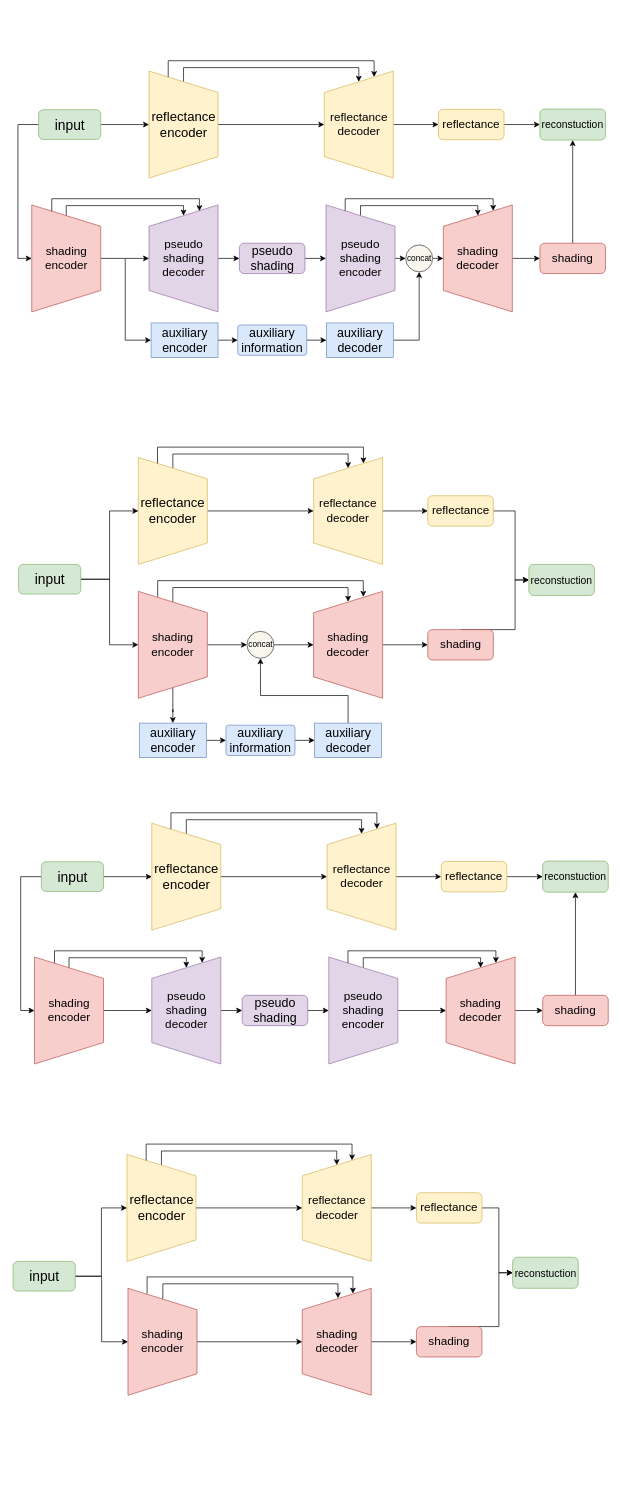
This is New_RIN.drawio from FangYang970206/draw.io, a draw.io file, before an edit. Source tidied: cells renumbered, new cells numbered last; positions are measured from the earlier drawing's top-left corner, leaving out a move shared by most shapes. Both pictures are drawn from the tidied source at 69%, with x=0, y=0 at pixel (12, 60).
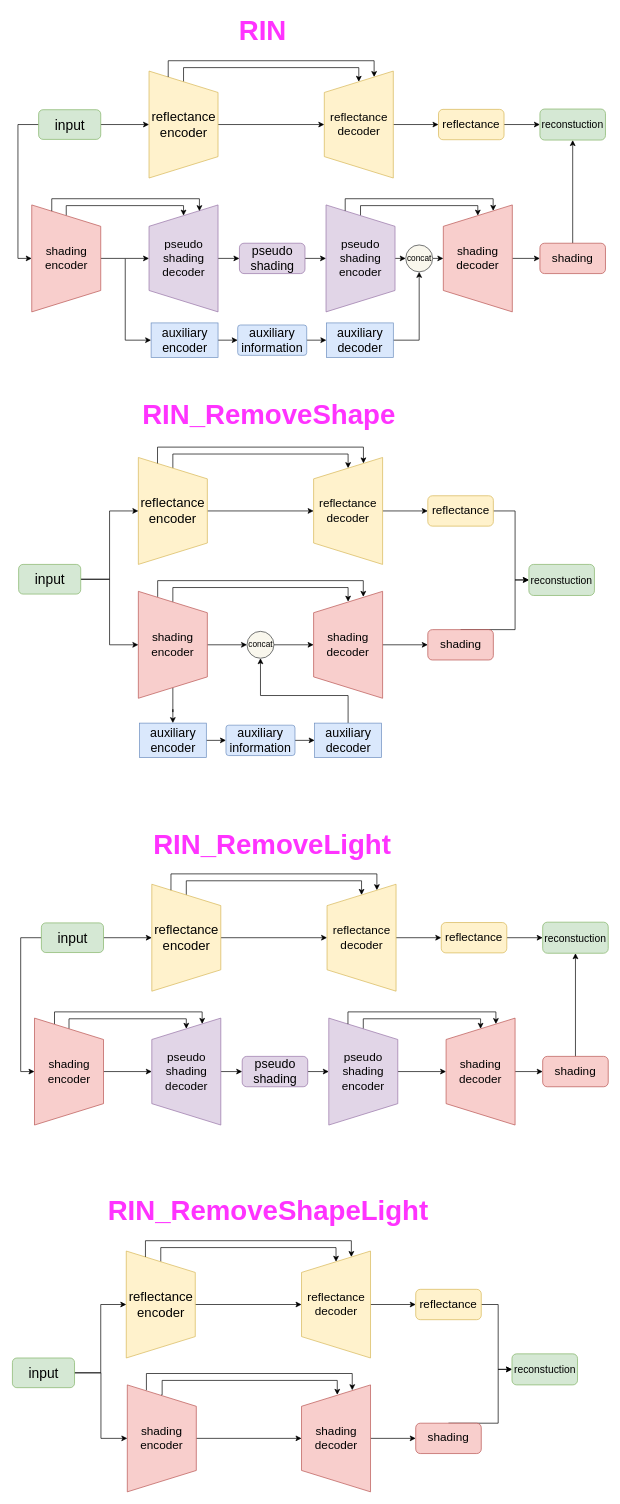
After the change.

Change to the diagram source:
```diff
@@
     <mxCell id="67" style="edgeStyle=orthogonalEdgeStyle;rounded=0;jettySize=auto;html=1;exitX=0;exitY=0.5;exitDx=0;exitDy=0;entryX=1;entryY=0.5;entryDx=0;entryDy=0;strokeColor=#000000;fontColor=#FF3399;" parent="1" edge="1" source="68" target="71">
       <mxGeometry relative="1" as="geometry">
         <Array as="points">
-          <mxPoint x="252" y="1100.5" />
-          <mxPoint x="506" y="1100.5" />
+          <mxPoint x="252" y="1189" />
+          <mxPoint x="506" y="1189" />
         </Array>
       </mxGeometry>
     </mxCell>
     <mxCell id="68" value="&lt;font style=&quot;font-size: 19px&quot;&gt;reflectance&lt;br&gt;encoder&lt;/font&gt;" style="shape=trapezoid;perimeter=trapezoidPerimeter;whiteSpace=wrap;html=1;rotation=0;direction=south;fillColor=#fff2cc;strokeColor=#d6b656;" parent="1" vertex="1">
-      <mxGeometry x="201.5" y="1105.5" width="100" height="155" as="geometry" />
+      <mxGeometry x="201.5" y="1194" width="100" height="155" as="geometry" />
     </mxCell>
@@
     <mxCell id="70" style="edgeStyle=orthogonalEdgeStyle;rounded=0;jettySize=auto;html=1;exitX=0;exitY=0.75;exitDx=0;exitDy=0;entryX=1;entryY=0.75;entryDx=0;entryDy=0;strokeColor=#000000;fontColor=#FF3399;" parent="1" edge="1" source="68" target="71">
       <mxGeometry relative="1" as="geometry">
         <Array as="points">
-          <mxPoint x="230" y="1090.5" />
-          <mxPoint x="528" y="1090.5" />
+          <mxPoint x="230" y="1179" />
+          <mxPoint x="528" y="1179" />
         </Array>
       </mxGeometry>
     </mxCell>
     <mxCell id="71" value="&lt;font style=&quot;font-size: 17px&quot;&gt;reflectance&lt;br&gt;decoder&lt;/font&gt;" style="shape=trapezoid;perimeter=trapezoidPerimeter;whiteSpace=wrap;html=1;rotation=0;direction=north;fillColor=#fff2cc;strokeColor=#d6b656;" parent="1" vertex="1">
-      <mxGeometry x="455.5" y="1105.5" width="100" height="155" as="geometry" />
+      <mxGeometry x="455.5" y="1194" width="100" height="155" as="geometry" />
     </mxCell>
@@
     <mxCell id="73" style="edgeStyle=orthogonalEdgeStyle;rounded=0;jettySize=auto;html=1;exitX=0;exitY=0.5;exitDx=0;exitDy=0;entryX=1;entryY=0.5;entryDx=0;entryDy=0;strokeColor=#000000;fontColor=#FF3399;" parent="1" edge="1" source="74" target="76">
       <mxGeometry relative="1" as="geometry">
         <Array as="points">
-          <mxPoint x="82" y="1300.5" />
-          <mxPoint x="252" y="1300.5" />
+          <mxPoint x="82" y="1389" />
+          <mxPoint x="252" y="1389" />
         </Array>
       </mxGeometry>
     </mxCell>
     <mxCell id="74" value="&lt;font style=&quot;font-size: 17px&quot;&gt;shading&lt;br&gt;encoder&lt;/font&gt;" style="shape=trapezoid;perimeter=trapezoidPerimeter;whiteSpace=wrap;html=1;rotation=0;direction=south;fillColor=#f8cecc;strokeColor=#b85450;" parent="1" vertex="1">
-      <mxGeometry x="31.5" y="1299.5" width="100" height="155" as="geometry" />
+      <mxGeometry x="31.5" y="1388" width="100" height="155" as="geometry" />
     </mxCell>
@@
     <mxCell id="76" value="&lt;font style=&quot;font-size: 17px&quot;&gt;pseudo&lt;br&gt;shading&lt;br&gt;decoder&lt;/font&gt;" style="shape=trapezoid;perimeter=trapezoidPerimeter;whiteSpace=wrap;html=1;rotation=0;direction=north;fillColor=#e1d5e7;strokeColor=#9673a6;" parent="1" vertex="1">
-      <mxGeometry x="201.5" y="1299.5" width="100" height="155" as="geometry" />
+      <mxGeometry x="201.5" y="1388" width="100" height="155" as="geometry" />
     </mxCell>
     <mxCell id="77" style="edgeStyle=orthogonalEdgeStyle;rounded=0;jettySize=auto;html=1;exitX=0;exitY=0.5;exitDx=0;exitDy=0;entryX=1;entryY=0.5;entryDx=0;entryDy=0;strokeColor=#000000;fontColor=#FF3399;" parent="1" edge="1" source="79" target="82">
       <mxGeometry relative="1" as="geometry">
         <Array as="points">
-          <mxPoint x="508" y="1300.5" />
-          <mxPoint x="678" y="1300.5" />
+          <mxPoint x="508" y="1389" />
+          <mxPoint x="678" y="1389" />
         </Array>
       </mxGeometry>
     </mxCell>
@@
     <mxCell id="79" value="&lt;font style=&quot;font-size: 17px&quot;&gt;pseudo&lt;br&gt;shading&lt;br&gt;encoder&lt;/font&gt;" style="shape=trapezoid;perimeter=trapezoidPerimeter;whiteSpace=wrap;html=1;rotation=0;direction=south;fillColor=#e1d5e7;strokeColor=#9673a6;" parent="1" vertex="1">
-      <mxGeometry x="458" y="1299.5" width="100" height="155" as="geometry" />
+      <mxGeometry x="458" y="1388" width="100" height="155" as="geometry" />
     </mxCell>
@@
     <mxCell id="81" style="edgeStyle=orthogonalEdgeStyle;rounded=0;jettySize=auto;html=1;exitX=0;exitY=0.75;exitDx=0;exitDy=0;entryX=1;entryY=0.75;entryDx=0;entryDy=0;strokeColor=#000000;fontColor=#FF3399;" parent="1" edge="1" source="79" target="82">
       <mxGeometry relative="1" as="geometry">
         <Array as="points">
-          <mxPoint x="486" y="1290.5" />
-          <mxPoint x="700" y="1290.5" />
+          <mxPoint x="486" y="1379" />
+          <mxPoint x="700" y="1379" />
         </Array>
       </mxGeometry>
     </mxCell>
     <mxCell id="82" value="&lt;font style=&quot;font-size: 17px&quot;&gt;shading&lt;br&gt;decoder&lt;/font&gt;" style="shape=trapezoid;perimeter=trapezoidPerimeter;whiteSpace=wrap;html=1;rotation=0;direction=north;fillColor=#f8cecc;strokeColor=#b85450;" parent="1" vertex="1">
-      <mxGeometry x="628" y="1299.5" width="100" height="155" as="geometry" />
+      <mxGeometry x="628" y="1388" width="100" height="155" as="geometry" />
     </mxCell>
@@
     <mxCell id="85" value="&lt;font style=&quot;font-size: 20px&quot;&gt;input&lt;/font&gt;" style="rounded=1;whiteSpace=wrap;html=1;fillColor=#d5e8d4;strokeColor=#82b366;" parent="1" vertex="1">
-      <mxGeometry x="41.5" y="1161.5" width="90" height="43" as="geometry" />
+      <mxGeometry x="41.5" y="1250" width="90" height="43" as="geometry" />
     </mxCell>
@@
     <mxCell id="87" value="&lt;font style=&quot;font-size: 17px&quot;&gt;reflectance&lt;/font&gt;" style="rounded=1;whiteSpace=wrap;html=1;fillColor=#fff2cc;strokeColor=#d6b656;" parent="1" vertex="1">
-      <mxGeometry x="621" y="1161" width="95" height="44" as="geometry" />
+      <mxGeometry x="621" y="1249.5" width="95" height="44" as="geometry" />
     </mxCell>
@@
     <mxCell id="89" value="&lt;font style=&quot;font-size: 18px&quot;&gt;pseudo&lt;br&gt;shading&lt;/font&gt;" style="rounded=1;whiteSpace=wrap;html=1;fillColor=#e1d5e7;strokeColor=#9673a6;" parent="1" vertex="1">
-      <mxGeometry x="332.5" y="1355" width="95" height="44" as="geometry" />
+      <mxGeometry x="332.5" y="1443.5" width="95" height="44" as="geometry" />
     </mxCell>
@@
     <mxCell id="91" value="&lt;font style=&quot;font-size: 17px&quot;&gt;shading&lt;/font&gt;" style="rounded=1;whiteSpace=wrap;html=1;fillColor=#f8cecc;strokeColor=#b85450;" parent="1" vertex="1">
-      <mxGeometry x="768" y="1355" width="95" height="44" as="geometry" />
+      <mxGeometry x="768" y="1443.5" width="95" height="44" as="geometry" />
     </mxCell>
     <mxCell id="92" value="&lt;span style=&quot;font-size: 15px&quot;&gt;reconstuction&lt;/span&gt;" style="rounded=1;whiteSpace=wrap;html=1;fillColor=#d5e8d4;strokeColor=#82b366;" parent="1" vertex="1">
-      <mxGeometry x="768" y="1160.5" width="95" height="45" as="geometry" />
+      <mxGeometry x="768" y="1249" width="95" height="45" as="geometry" />
     </mxCell>
     <mxCell id="93" style="edgeStyle=orthogonalEdgeStyle;rounded=0;orthogonalLoop=1;jettySize=auto;html=1;exitX=0;exitY=0.75;exitDx=0;exitDy=0;entryX=1;entryY=0.75;entryDx=0;entryDy=0;strokeColor=#000000;fontColor=#FF3399;" parent="1" edge="1">
       <mxGeometry relative="1" as="geometry">
-        <mxPoint x="60.5" y="1308" as="sourcePoint" />
-        <mxPoint x="274.5" y="1308" as="targetPoint" />
+        <mxPoint x="60.5" y="1396.5" as="sourcePoint" />
+        <mxPoint x="274.5" y="1396.5" as="targetPoint" />
         <Array as="points">
-          <mxPoint x="60.5" y="1290.5" />
-          <mxPoint x="274.5" y="1290.5" />
+          <mxPoint x="60.5" y="1379" />
+          <mxPoint x="274.5" y="1379" />
         </Array>
       </mxGeometry>
     </mxCell>
@@
     <mxCell id="95" style="edgeStyle=orthogonalEdgeStyle;rounded=0;jettySize=auto;html=1;exitX=0;exitY=0.5;exitDx=0;exitDy=0;entryX=1;entryY=0.5;entryDx=0;entryDy=0;strokeColor=#000000;fontColor=#FF3399;" parent="1" edge="1" source="96" target="99">
       <mxGeometry relative="1" as="geometry">
         <Array as="points">
-          <mxPoint x="216" y="1580.6" />
-          <mxPoint x="470" y="1580.6" />
+          <mxPoint x="215" y="1720.6" />
+          <mxPoint x="469" y="1720.6" />
         </Array>
       </mxGeometry>
     </mxCell>
     <mxCell id="96" value="&lt;font style=&quot;font-size: 19px&quot;&gt;reflectance&lt;br&gt;encoder&lt;/font&gt;" style="shape=trapezoid;perimeter=trapezoidPerimeter;whiteSpace=wrap;html=1;rotation=0;direction=south;fillColor=#fff2cc;strokeColor=#d6b656;" parent="1" vertex="1">
-      <mxGeometry x="165.5" y="1585.6" width="100" height="155" as="geometry" />
+      <mxGeometry x="164.5" y="1725.6" width="100" height="155" as="geometry" />
     </mxCell>
@@
     <mxCell id="98" style="edgeStyle=orthogonalEdgeStyle;rounded=0;jettySize=auto;html=1;exitX=0;exitY=0.75;exitDx=0;exitDy=0;entryX=1;entryY=0.75;entryDx=0;entryDy=0;strokeColor=#000000;fontColor=#FF3399;" parent="1" edge="1" source="96" target="99">
       <mxGeometry relative="1" as="geometry">
         <Array as="points">
-          <mxPoint x="194" y="1570.6" />
-          <mxPoint x="492" y="1570.6" />
+          <mxPoint x="193" y="1710.6" />
+          <mxPoint x="491" y="1710.6" />
         </Array>
       </mxGeometry>
     </mxCell>
     <mxCell id="99" value="&lt;font style=&quot;font-size: 17px&quot;&gt;reflectance&lt;br&gt;decoder&lt;/font&gt;" style="shape=trapezoid;perimeter=trapezoidPerimeter;whiteSpace=wrap;html=1;rotation=0;direction=north;fillColor=#fff2cc;strokeColor=#d6b656;" parent="1" vertex="1">
-      <mxGeometry x="419.5" y="1585.6" width="100" height="155" as="geometry" />
+      <mxGeometry x="418.5" y="1725.6" width="100" height="155" as="geometry" />
     </mxCell>
@@
     <mxCell id="101" value="&lt;font style=&quot;font-size: 17px&quot;&gt;shading&lt;br&gt;encoder&lt;/font&gt;" style="shape=trapezoid;perimeter=trapezoidPerimeter;whiteSpace=wrap;html=1;rotation=0;direction=south;fillColor=#f8cecc;strokeColor=#b85450;" parent="1" vertex="1">
-      <mxGeometry x="167" y="1779.6" width="100" height="155" as="geometry" />
+      <mxGeometry x="166" y="1919.6" width="100" height="155" as="geometry" />
     </mxCell>
@@
     <mxCell id="103" value="&lt;font style=&quot;font-size: 17px&quot;&gt;shading&lt;br&gt;decoder&lt;/font&gt;" style="shape=trapezoid;perimeter=trapezoidPerimeter;whiteSpace=wrap;html=1;rotation=0;direction=north;fillColor=#f8cecc;strokeColor=#b85450;" parent="1" vertex="1">
-      <mxGeometry x="419.5" y="1779.6" width="100" height="155" as="geometry" />
+      <mxGeometry x="418.5" y="1919.6" width="100" height="155" as="geometry" />
     </mxCell>
     <mxCell id="104" style="edgeStyle=orthogonalEdgeStyle;rounded=0;jettySize=auto;html=1;exitX=1;exitY=0.5;exitDx=0;exitDy=0;entryX=0.5;entryY=1;entryDx=0;entryDy=0;" parent="1" edge="1" source="106" target="96">
       <mxGeometry relative="1" as="geometry">
         <Array as="points">
-          <mxPoint x="128.5" y="1762.5" />
-          <mxPoint x="128.5" y="1663.5" />
+          <mxPoint x="127.5" y="1902.5" />
+          <mxPoint x="127.5" y="1803.5" />
         </Array>
       </mxGeometry>
     </mxCell>
@@
     <mxCell id="106" value="&lt;font style=&quot;font-size: 20px&quot;&gt;input&lt;/font&gt;" style="rounded=1;whiteSpace=wrap;html=1;fillColor=#d5e8d4;strokeColor=#82b366;" parent="1" vertex="1">
-      <mxGeometry x="0.5" y="1740.6" width="90" height="43" as="geometry" />
+      <mxGeometry x="-0.5" y="1880.6" width="90" height="43" as="geometry" />
     </mxCell>
     <mxCell id="107" style="edgeStyle=orthogonalEdgeStyle;rounded=0;jettySize=auto;html=1;exitX=1;exitY=0.5;exitDx=0;exitDy=0;strokeColor=#000000;fontColor=#FF3399;entryX=0;entryY=0.5;entryDx=0;entryDy=0;" parent="1" edge="1" source="108" target="111">
       <mxGeometry relative="1" as="geometry">
         <Array as="points">
-          <mxPoint x="704.5" y="1662.5" />
-          <mxPoint x="704.5" y="1757.5" />
+          <mxPoint x="703.5" y="1802.5" />
+          <mxPoint x="703.5" y="1897.5" />
         </Array>
       </mxGeometry>
     </mxCell>
     <mxCell id="108" value="&lt;font style=&quot;font-size: 17px&quot;&gt;reflectance&lt;/font&gt;" style="rounded=1;whiteSpace=wrap;html=1;fillColor=#fff2cc;strokeColor=#d6b656;" parent="1" vertex="1">
-      <mxGeometry x="585" y="1641.1" width="95" height="44" as="geometry" />
+      <mxGeometry x="584" y="1781.1" width="95" height="44" as="geometry" />
     </mxCell>
     <mxCell id="109" style="edgeStyle=orthogonalEdgeStyle;rounded=0;jettySize=auto;html=1;exitX=0.5;exitY=0;exitDx=0;exitDy=0;entryX=0;entryY=0.5;entryDx=0;entryDy=0;" parent="1" edge="1" source="110" target="111">
       <mxGeometry relative="1" as="geometry">
         <Array as="points">
-          <mxPoint x="704.5" y="1835.5" />
-          <mxPoint x="704.5" y="1756.5" />
+          <mxPoint x="703.5" y="1975.5" />
+          <mxPoint x="703.5" y="1896.5" />
         </Array>
       </mxGeometry>
     </mxCell>
     <mxCell id="110" value="&lt;font style=&quot;font-size: 17px&quot;&gt;shading&lt;/font&gt;" style="rounded=1;whiteSpace=wrap;html=1;fillColor=#f8cecc;strokeColor=#b85450;" parent="1" vertex="1">
-      <mxGeometry x="585" y="1835.1" width="95" height="44" as="geometry" />
+      <mxGeometry x="584" y="1975.1" width="95" height="44" as="geometry" />
     </mxCell>
     <mxCell id="111" value="&lt;span style=&quot;font-size: 15px&quot;&gt;reconstuction&lt;/span&gt;" style="rounded=1;whiteSpace=wrap;html=1;fillColor=#d5e8d4;strokeColor=#82b366;" parent="1" vertex="1">
-      <mxGeometry x="724.5" y="1734.6" width="95" height="45" as="geometry" />
+      <mxGeometry x="723.5" y="1874.6" width="95" height="45" as="geometry" />
     </mxCell>
@@
     <mxCell id="114" style="edgeStyle=orthogonalEdgeStyle;rounded=0;orthogonalLoop=1;jettySize=auto;html=1;exitX=0;exitY=0.5;exitDx=0;exitDy=0;entryX=1;entryY=0.5;entryDx=0;entryDy=0;strokeColor=#000000;fontColor=#FF3399;" parent="1" edge="1">
       <mxGeometry relative="1" as="geometry">
-        <mxPoint x="216.3" y="1794" as="sourcePoint" />
-        <mxPoint x="471.3" y="1794" as="targetPoint" />
+        <mxPoint x="215.3" y="1934" as="sourcePoint" />
+        <mxPoint x="470.3" y="1934" as="targetPoint" />
         <Array as="points">
-          <mxPoint x="217.5" y="1773.1" />
-          <mxPoint x="471.5" y="1773.1" />
+          <mxPoint x="216.5" y="1913.1" />
+          <mxPoint x="470.5" y="1913.1" />
         </Array>
       </mxGeometry>
     </mxCell>
     <mxCell id="115" style="edgeStyle=orthogonalEdgeStyle;rounded=0;orthogonalLoop=1;jettySize=auto;html=1;exitX=0;exitY=0.75;exitDx=0;exitDy=0;entryX=1;entryY=0.75;entryDx=0;entryDy=0;strokeColor=#000000;fontColor=#FF3399;" parent="1" edge="1">
       <mxGeometry relative="1" as="geometry">
-        <mxPoint x="194.7" y="1787.3" as="sourcePoint" />
-        <mxPoint x="493" y="1787.3" as="targetPoint" />
+        <mxPoint x="193.7" y="1927.3" as="sourcePoint" />
+        <mxPoint x="492" y="1927.3" as="targetPoint" />
         <Array as="points">
-          <mxPoint x="195.5" y="1763.1" />
-          <mxPoint x="493.5" y="1763.1" />
+          <mxPoint x="194.5" y="1903.1" />
+          <mxPoint x="492.5" y="1903.1" />
         </Array>
       </mxGeometry>
     </mxCell>
+    <mxCell id="116" value="&lt;font style=&quot;font-size: 40px&quot; color=&quot;#ff33ff&quot;&gt;&lt;b&gt;RIN&lt;/b&gt;&lt;/font&gt;" style="text;html=1;align=left;verticalAlign=top;spacingTop=-4;" parent="1" vertex="1">
+      <mxGeometry x="326" y="-70" width="80" height="30" as="geometry" />
+    </mxCell>
+    <mxCell id="117" value="&lt;font style=&quot;font-size: 40px&quot; color=&quot;#ff33ff&quot;&gt;&lt;b&gt;RIN_RemoveShape&lt;/b&gt;&lt;/font&gt;" style="text;html=1;align=left;verticalAlign=top;spacingTop=-4;" parent="1" vertex="1">
+      <mxGeometry x="186" y="486.5" width="380" height="30" as="geometry" />
+    </mxCell>
+    <mxCell id="118" value="&lt;font style=&quot;font-size: 40px&quot; color=&quot;#ff33ff&quot;&gt;&lt;b&gt;RIN_RemoveLight&lt;/b&gt;&lt;/font&gt;" style="text;html=1;align=left;verticalAlign=top;spacingTop=-4;" parent="1" vertex="1">
+      <mxGeometry x="201.5" y="1109.8" width="360" height="30" as="geometry" />
+    </mxCell>
+    <mxCell id="119" value="&lt;font style=&quot;font-size: 40px&quot; color=&quot;#ff33ff&quot;&gt;&lt;b&gt;RIN_RemoveShapeLight&lt;/b&gt;&lt;/font&gt;" style="text;html=1;align=left;verticalAlign=top;spacingTop=-4;" parent="1" vertex="1">
+      <mxGeometry x="136" y="1639.8" width="480" height="30" as="geometry" />
+    </mxCell>
```
